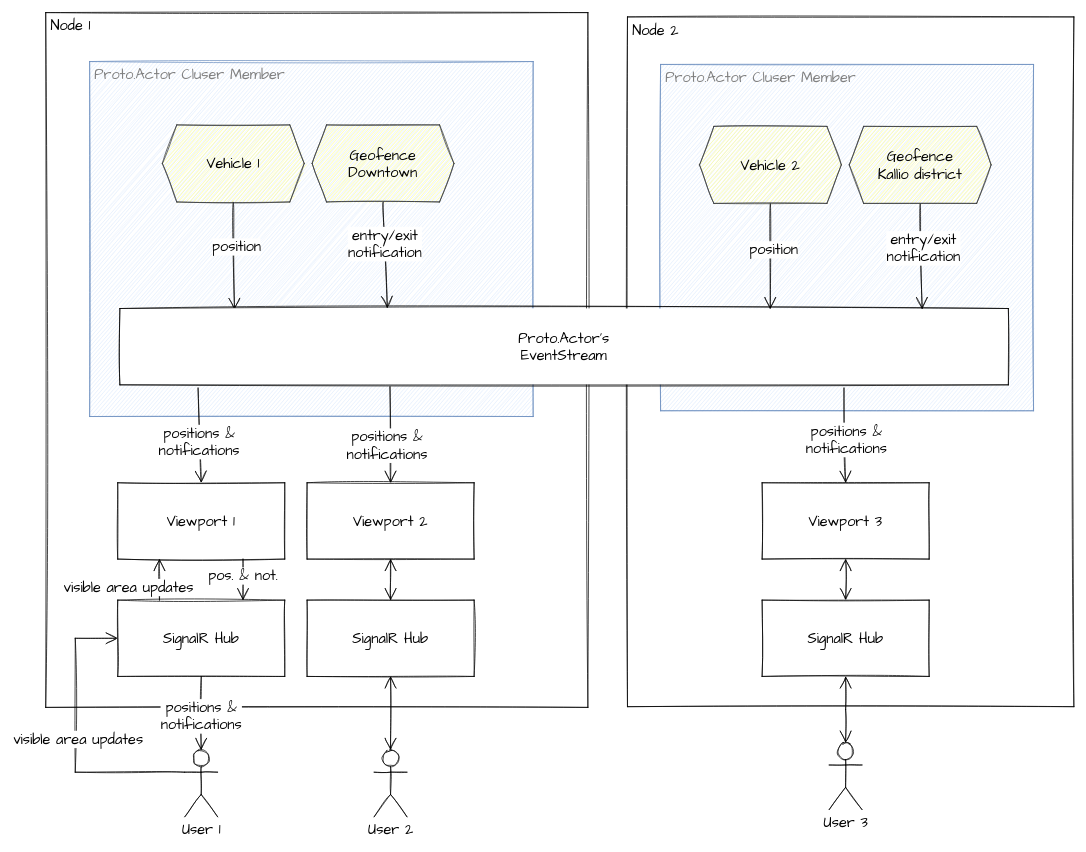
asynkron/realtimemap-dotnet keeps this draw.io diagram as docs/viewport and event stream.drawio. Above is the earlier version. Source tidied: cells renumbered, new cells numbered last; positions are measured from the earlier drawing's top-left corner, leaving out a move shared by most shapes. Both pictures are drawn from the tidied source at 72%, with x=0, y=0 at pixel (45, 12).
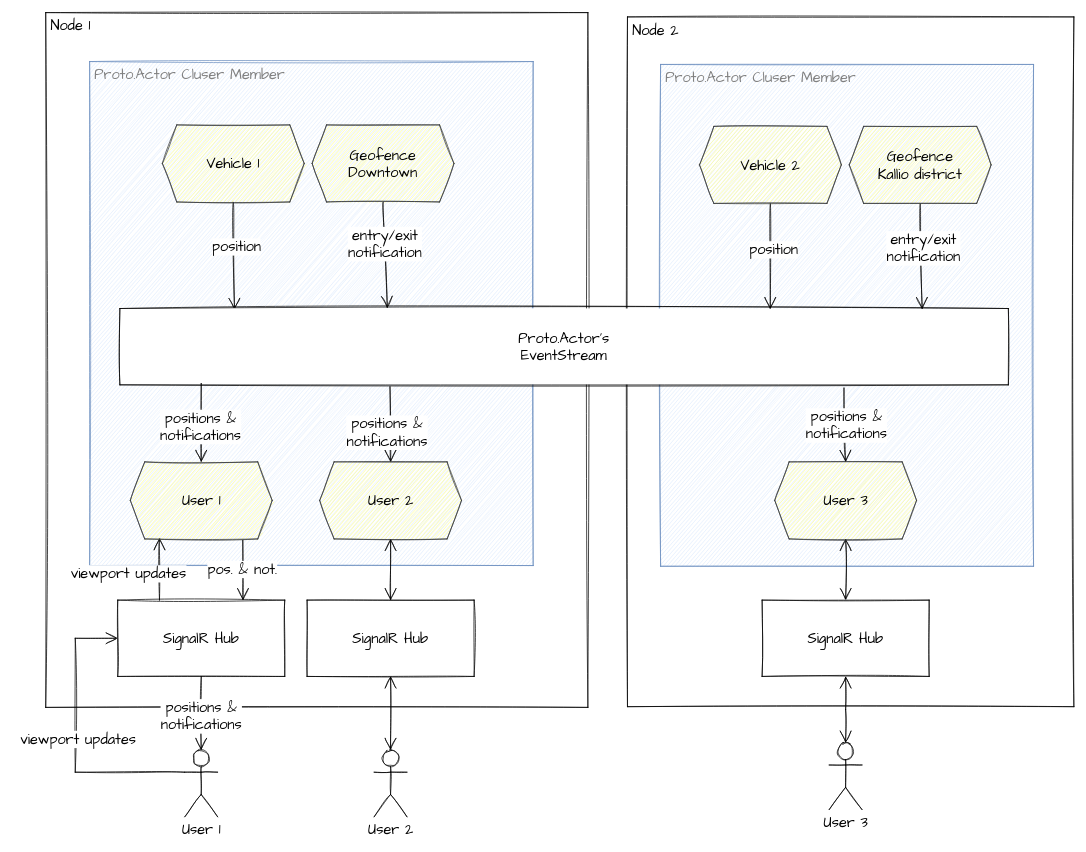
The same diagram, later.

Unchanged cells that the change refers to:
```xml
<mxCell id="18" value="Proto.Actor's&lt;br&gt;EventStream" style="whiteSpace=wrap;html=1;hachureGap=4;fontFamily=Architects Daughter;fontSize=20;sketch=1;" parent="1" vertex="1">
  <mxGeometry x="103" y="411" width="1234" height="106" as="geometry" />
</mxCell>
<mxCell id="28" style="edgeStyle=orthogonalEdgeStyle;rounded=0;sketch=1;jettySize=auto;html=1;exitX=0;exitY=0.3333333333333333;exitDx=0;exitDy=0;exitPerimeter=0;entryX=0;entryY=0.5;entryDx=0;entryDy=0;fontFamily=Architects Daughter;fontSize=20;startArrow=none;startFill=0;endArrow=open;endFill=0;startSize=14;endSize=14;sourcePerimeterSpacing=8;targetPerimeterSpacing=8;strokeWidth=1;" parent="1" edge="1" source="30" target="36">
  <mxGeometry relative="1" as="geometry">
    <Array as="points">
      <mxPoint x="41" y="1055" />
      <mxPoint x="41" y="869" />
    </Array>
  </mxGeometry>
</mxCell>
<mxCell id="36" value="SignalR Hub" style="whiteSpace=wrap;html=1;hachureGap=4;fontFamily=Architects Daughter;fontSize=20;sketch=1;" parent="1" vertex="1">
  <mxGeometry x="100" y="816" width="232" height="106" as="geometry" />
</mxCell>
<mxCell id="38" value="SignalR Hub" style="whiteSpace=wrap;html=1;hachureGap=4;fontFamily=Architects Daughter;fontSize=20;sketch=1;" parent="1" vertex="1">
  <mxGeometry x="363" y="816" width="232" height="106" as="geometry" />
</mxCell>
<mxCell id="40" value="SignalR Hub" style="whiteSpace=wrap;html=1;hachureGap=4;fontFamily=Architects Daughter;fontSize=20;sketch=1;" parent="1" vertex="1">
  <mxGeometry x="995" y="816" width="232" height="106" as="geometry" />
</mxCell>
```

Change to the diagram source:
```diff
@@
     <mxCell id="4" value="Proto.Actor Cluser Member" style="whiteSpace=wrap;html=1;hachureGap=4;fontFamily=Architects Daughter;fontSize=20;align=left;verticalAlign=top;spacingLeft=5;fillColor=#dae8fc;strokeColor=#6c8ebf;fontColor=#808080;sketch=1;" parent="1" vertex="1">
-      <mxGeometry x="61" y="68" width="616" height="493" as="geometry" />
+      <mxGeometry x="61" y="68" width="616" height="700" as="geometry" />
     </mxCell>
     <mxCell id="5" value="Proto.Actor Cluser Member" style="whiteSpace=wrap;html=1;hachureGap=4;fontFamily=Architects Daughter;fontSize=20;align=left;verticalAlign=top;spacingLeft=5;fillColor=#dae8fc;strokeColor=#6c8ebf;fontColor=#808080;sketch=1;" parent="1" vertex="1">
-      <mxGeometry x="854" y="72" width="518" height="481" as="geometry" />
+      <mxGeometry x="854" y="72" width="518" height="697" as="geometry" />
     </mxCell>
@@
-    <mxCell id="19" style="edgeStyle=none;curved=1;jettySize=auto;html=1;exitX=0.5;exitY=0;exitDx=0;exitDy=0;entryX=0.088;entryY=1.041;entryDx=0;entryDy=0;entryPerimeter=0;fontFamily=Architects Daughter;fontSize=20;endArrow=none;startSize=14;endSize=14;sourcePerimeterSpacing=8;targetPerimeterSpacing=8;startArrow=open;startFill=0;endFill=0;sketch=1;" parent="1" edge="1" source="21" target="18">
-      <mxGeometry relative="1" as="geometry" />
+    <mxCell id="19" style="edgeStyle=none;curved=1;jettySize=auto;html=1;exitX=0.5;exitY=0;exitDx=0;exitDy=0;fontFamily=Architects Daughter;fontSize=20;endArrow=none;startSize=14;endSize=14;sourcePerimeterSpacing=8;targetPerimeterSpacing=8;startArrow=open;startFill=0;endFill=0;sketch=1;" parent="1" edge="1" source="45">
+      <mxGeometry relative="1" as="geometry">
+        <mxPoint x="216" y="515" as="targetPoint" />
+      </mxGeometry>
     </mxCell>
@@
-    <mxCell id="21" value="Viewport 1" style="whiteSpace=wrap;html=1;hachureGap=4;fontFamily=Architects Daughter;fontSize=20;sketch=1;" parent="1" vertex="1">
-      <mxGeometry x="100" y="653" width="232" height="106" as="geometry" />
-    </mxCell>
-    <mxCell id="22" style="edgeStyle=none;curved=1;jettySize=auto;html=1;exitX=0.5;exitY=0;exitDx=0;exitDy=0;entryX=0.815;entryY=1.041;entryDx=0;entryDy=0;entryPerimeter=0;fontFamily=Architects Daughter;fontSize=20;endArrow=none;startSize=14;endSize=14;sourcePerimeterSpacing=8;targetPerimeterSpacing=8;endFill=0;startFill=0;startArrow=open;sketch=1;" parent="1" edge="1" source="25" target="18">
+    <mxCell id="22" style="edgeStyle=none;curved=1;jettySize=auto;html=1;exitX=0.5;exitY=0;exitDx=0;exitDy=0;entryX=0.815;entryY=1.041;entryDx=0;entryDy=0;entryPerimeter=0;fontFamily=Architects Daughter;fontSize=20;endArrow=none;startSize=14;endSize=14;sourcePerimeterSpacing=8;targetPerimeterSpacing=8;endFill=0;startFill=0;startArrow=open;sketch=1;" parent="1" edge="1" source="47" target="18">
       <mxGeometry relative="1" as="geometry" />
     </mxCell>
@@
-    <mxCell id="24" style="edgeStyle=orthogonalEdgeStyle;jettySize=auto;html=1;exitX=0.5;exitY=1;exitDx=0;exitDy=0;entryX=0.5;entryY=0;entryDx=0;entryDy=0;sketch=1;fontSize=20;targetPerimeterSpacing=8;strokeWidth=1;endSize=14;sourcePerimeterSpacing=8;startSize=14;startArrow=open;startFill=0;endArrow=open;endFill=0;" parent="1" edge="1" source="25" target="40">
+    <mxCell id="24" style="edgeStyle=orthogonalEdgeStyle;jettySize=auto;html=1;entryX=0.5;entryY=0;entryDx=0;entryDy=0;sketch=1;fontSize=20;targetPerimeterSpacing=8;strokeWidth=1;endSize=14;sourcePerimeterSpacing=8;startSize=14;startArrow=open;startFill=0;endArrow=open;endFill=0;exitX=0.5;exitY=1;exitDx=0;exitDy=0;" parent="1" edge="1" source="47" target="40">
       <mxGeometry relative="1" as="geometry" />
     </mxCell>
-    <mxCell id="25" value="Viewport 3" style="whiteSpace=wrap;html=1;hachureGap=4;fontFamily=Architects Daughter;fontSize=20;sketch=1;" parent="1" vertex="1">
-      <mxGeometry x="995" y="653" width="232" height="106" as="geometry" />
-    </mxCell>
@@
-    <mxCell id="29" value="visible area updates" style="edgeLabel;html=1;align=center;verticalAlign=middle;fontSize=20;fontFamily=Architects Daughter;" parent="28" vertex="1">
+    <mxCell id="29" value="viewport updates" style="edgeLabel;html=1;align=center;verticalAlign=middle;fontSize=20;fontFamily=Architects Daughter;" parent="28" vertex="1">
       <mxGeometry y="-3" relative="1" as="geometry" />
     </mxCell>
@@
-    <mxCell id="32" style="edgeStyle=none;curved=1;jettySize=auto;html=1;exitX=0.5;exitY=0;exitDx=0;exitDy=0;entryX=0.304;entryY=1.025;entryDx=0;entryDy=0;entryPerimeter=0;fontFamily=Architects Daughter;fontSize=20;endArrow=none;startSize=14;endSize=14;sourcePerimeterSpacing=8;targetPerimeterSpacing=8;endFill=0;startFill=0;startArrow=open;sketch=1;" parent="1" edge="1" source="34" target="18">
+    <mxCell id="32" style="edgeStyle=none;curved=1;jettySize=auto;html=1;exitX=0.5;exitY=0;exitDx=0;exitDy=0;entryX=0.304;entryY=1.025;entryDx=0;entryDy=0;entryPerimeter=0;fontFamily=Architects Daughter;fontSize=20;endArrow=none;startSize=14;endSize=14;sourcePerimeterSpacing=8;targetPerimeterSpacing=8;endFill=0;startFill=0;startArrow=open;sketch=1;" parent="1" edge="1" source="46" target="18">
       <mxGeometry relative="1" as="geometry" />
     </mxCell>
@@
-    <mxCell id="34" value="Viewport 2" style="whiteSpace=wrap;html=1;hachureGap=4;fontFamily=Architects Daughter;fontSize=20;sketch=1;" parent="1" vertex="1">
-      <mxGeometry x="363" y="653" width="232" height="106" as="geometry" />
-    </mxCell>
@@
-    <mxCell id="37" style="edgeStyle=orthogonalEdgeStyle;rounded=0;sketch=1;jettySize=auto;html=1;exitX=0.5;exitY=0;exitDx=0;exitDy=0;entryX=0.5;entryY=1;entryDx=0;entryDy=0;fontSize=20;startArrow=open;startFill=0;endArrow=open;endFill=0;startSize=14;endSize=14;sourcePerimeterSpacing=8;targetPerimeterSpacing=8;strokeWidth=1;" parent="1" edge="1" source="38" target="34">
+    <mxCell id="37" style="edgeStyle=orthogonalEdgeStyle;rounded=0;sketch=1;jettySize=auto;html=1;exitX=0.5;exitY=0;exitDx=0;exitDy=0;entryX=0.5;entryY=1;entryDx=0;entryDy=0;fontSize=20;startArrow=open;startFill=0;endArrow=open;endFill=0;startSize=14;endSize=14;sourcePerimeterSpacing=8;targetPerimeterSpacing=8;strokeWidth=1;" parent="1" edge="1" source="38" target="46">
       <mxGeometry relative="1" as="geometry" />
     </mxCell>
@@
-    <mxCell id="41" style="edgeStyle=none;curved=1;jettySize=auto;html=1;entryX=0.75;entryY=1;entryDx=0;entryDy=0;fontFamily=Architects Daughter;fontSize=20;endArrow=none;startSize=14;endSize=14;sourcePerimeterSpacing=8;targetPerimeterSpacing=8;startArrow=open;startFill=0;endFill=0;sketch=1;exitX=0.75;exitY=0;exitDx=0;exitDy=0;" parent="1" edge="1" source="36" target="21">
+    <mxCell id="41" style="edgeStyle=none;curved=1;jettySize=auto;html=1;entryX=0.793;entryY=1.017;entryDx=0;entryDy=0;fontFamily=Architects Daughter;fontSize=20;endArrow=none;startSize=14;endSize=14;sourcePerimeterSpacing=8;targetPerimeterSpacing=8;startArrow=open;startFill=0;endFill=0;sketch=1;exitX=0.75;exitY=0;exitDx=0;exitDy=0;entryPerimeter=0;" parent="1" edge="1" source="36" target="45">
       <mxGeometry relative="1" as="geometry" />
     </mxCell>
@@
-    <mxCell id="43" style="edgeStyle=none;curved=1;jettySize=auto;html=1;entryX=0.25;entryY=0;entryDx=0;entryDy=0;fontFamily=Architects Daughter;fontSize=20;endArrow=none;startSize=14;endSize=14;sourcePerimeterSpacing=8;targetPerimeterSpacing=8;startArrow=open;startFill=0;endFill=0;sketch=1;exitX=0.25;exitY=1;exitDx=0;exitDy=0;" parent="1" edge="1" source="21" target="36">
+    <mxCell id="43" style="edgeStyle=none;curved=1;jettySize=auto;html=1;entryX=0.25;entryY=0;entryDx=0;entryDy=0;fontFamily=Architects Daughter;fontSize=20;endArrow=none;startSize=14;endSize=14;sourcePerimeterSpacing=8;targetPerimeterSpacing=8;startArrow=open;startFill=0;endFill=0;sketch=1;exitX=0.206;exitY=0.991;exitDx=0;exitDy=0;exitPerimeter=0;" parent="1" edge="1" source="45" target="36">
       <mxGeometry relative="1" as="geometry" />
     </mxCell>
-    <mxCell id="44" value="visible area updates" style="edgeLabel;html=1;align=center;verticalAlign=middle;fontSize=20;fontFamily=Architects Daughter;sketch=1;" parent="43" vertex="1">
+    <mxCell id="44" value="viewport updates" style="edgeLabel;html=1;align=center;verticalAlign=middle;fontSize=20;fontFamily=Architects Daughter;sketch=1;" parent="43" vertex="1">
       <mxGeometry x="-0.3" y="2" relative="1" as="geometry">
         <mxPoint x="-46" y="18" as="offset" />
       </mxGeometry>
     </mxCell>
+    <mxCell id="45" value="User 1" style="shape=hexagon;perimeter=hexagonPerimeter2;whiteSpace=wrap;html=1;fixedSize=1;hachureGap=4;fontFamily=Architects Daughter;fontSize=20;strokeColor=#36393d;align=center;verticalAlign=middle;fillColor=#ffff88;sketch=1;" parent="1" vertex="1">
+      <mxGeometry x="117.5" y="624" width="197" height="107" as="geometry" />
+    </mxCell>
+    <mxCell id="46" value="User 2" style="shape=hexagon;perimeter=hexagonPerimeter2;whiteSpace=wrap;html=1;fixedSize=1;hachureGap=4;fontFamily=Architects Daughter;fontSize=20;strokeColor=#36393d;align=center;verticalAlign=middle;fillColor=#ffff88;sketch=1;" parent="1" vertex="1">
+      <mxGeometry x="380.5" y="624" width="197" height="107" as="geometry" />
+    </mxCell>
+    <mxCell id="47" value="User 3" style="shape=hexagon;perimeter=hexagonPerimeter2;whiteSpace=wrap;html=1;fixedSize=1;hachureGap=4;fontFamily=Architects Daughter;fontSize=20;strokeColor=#36393d;align=center;verticalAlign=middle;fillColor=#ffff88;sketch=1;" parent="1" vertex="1">
+      <mxGeometry x="1012.5" y="624" width="197" height="107" as="geometry" />
+    </mxCell>
```
